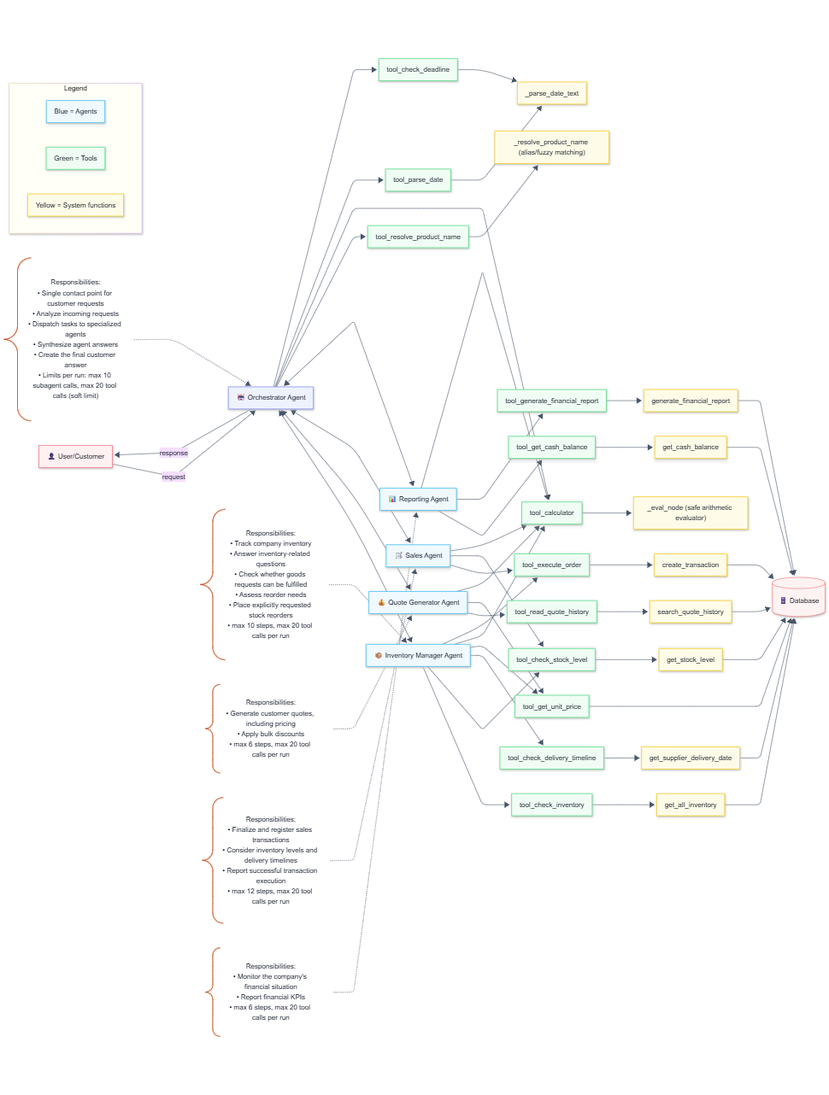
This is architecture_diagram.png from christoph1604/Udacity_Agentic_AI_4.0_Beavers_Choice_Paper_Company, a Mermaid export, as it was before one commit. Its source is kept beside it as docs/architecture_diagram.mmd. Source of this version:
```mermaid
---
config:
  layout: dagre
  theme: base
  themeVariables:
    background: "#ffffff"
    primaryTextColor: "#111827"
    lineColor: "#475569"
    textColor: "#111827"
---
flowchart LR
    User["👤 User/Customer"] -- request --> OrchestratorAgent["🤖 Orchestrator Agent"]
    OrchestratorAgent -- response --> User

    OrchestratorNotes["Responsibilities:<br>• Single contact point for customer requests<br>• Analyze incoming requests<br>• Dispatch tasks to specialized agents<br>• Synthesize agent answers<br>• Create the final customer answer<br>• Limits per run: max 10 subagent calls, max 20 tool calls (soft limit)"] -.-> OrchestratorAgent
    InventoryNotes["Responsibilities:<br>• Track company inventory<br>• Answer inventory-related questions<br>• Check whether goods requests can be fulfilled<br>• Assess reorder needs<br>• Place explicitly requested stock reorders<br>• max 10 steps, max 20 tool calls per run"] -.-> InventoryAgent["📦 Inventory Manager Agent"]
    QuoteNotes["Responsibilities:<br>• Generate customer quotes, including pricing<br>• Apply bulk discounts<br>• max 6 steps, max 20 tool calls per run"] -.-> QuoteAgent["💰 Quote Generator Agent"]
    SalesNotes["Responsibilities:<br>• Finalize and register sales transactions<br>• Consider inventory levels and delivery timelines<br>• Report successful transaction execution<br>• max 12 steps, max 20 tool calls per run"] -.-> SalesAgent["🛒 Sales Agent"]
    ReportingNotes@{ shape: comment, label: "Responsibilities:<br/>• Monitor the company's financial situation<br/>• Report financial KPIs<br/>• max 6 steps, max 20 tool calls per run" } -.-> ReportingAgent["📊 Reporting Agent"]

    OrchestratorAgent <--> InventoryAgent
    OrchestratorAgent <--> QuoteAgent
    OrchestratorAgent <--> SalesAgent
    OrchestratorAgent <--> ReportingAgent

    OrchestratorAgent --> ToolResolveProduct["tool_resolve_product_name"] & ToolCalculator["tool_calculator"] & ToolParseDate["tool_parse_date"] & ToolCheckDeadline["tool_check_deadline"]
    InventoryAgent --> ToolCheckInventory["tool_check_inventory"] & ToolCheckStockLevel["tool_check_stock_level"] & ToolCheckDeliveryTimeline["tool_check_delivery_timeline"] & ToolGetUnitPrice["tool_get_unit_price"] & ToolCalculator & ToolExecuteOrder["tool_execute_order"]
    QuoteAgent --> ToolReadQuoteHistory["tool_read_quote_history"] & ToolGetUnitPrice & ToolCalculator
    SalesAgent --> ToolExecuteOrder & ToolCheckStockLevel & ToolCalculator
    ReportingAgent --> ToolGetCashBalance["tool_get_cash_balance"] & ToolGenerateReport["tool_generate_financial_report"] & ToolCalculator

    ToolResolveProduct --> FuncResolveProductName["_resolve_product_name (alias/fuzzy matching)"]
    ToolCalculator --> FuncEval["_eval_node (safe arithmetic evaluator)"]
    ToolParseDate --> FuncParseDate["_parse_date_text"]
    ToolCheckDeadline --> FuncParseDate
    ToolGetUnitPrice --> Database
    ToolCheckInventory --> FuncGetAllInventory["get_all_inventory"]
    ToolCheckStockLevel --> FuncGetStockLevel["get_stock_level"]
    ToolCheckDeliveryTimeline --> FuncGetSupplierDeliveryDate["get_supplier_delivery_date"]
    ToolReadQuoteHistory --> FuncSearchQuoteHistory["search_quote_history"]
    ToolExecuteOrder --> FuncCreateTransaction["create_transaction"]
    ToolGetCashBalance --> FuncGetCashBalance["get_cash_balance"]
    ToolGenerateReport --> FuncGenerateFinancialReport["generate_financial_report"]

    FuncGetAllInventory --> Database[("🗄️ Database")]
    FuncGetStockLevel --> Database
    FuncSearchQuoteHistory --> Database
    FuncGetSupplierDeliveryDate --> Database
    FuncCreateTransaction --> Database
    FuncGetCashBalance --> Database
    FuncGenerateFinancialReport --> Database

    OrchestratorNotes@{ shape: comment }
    InventoryNotes@{ shape: comment }
    QuoteNotes@{ shape: comment }
    SalesNotes@{ shape: comment }

    subgraph Legend["Legend"]
        direction LR
        LegendAgent["Blue = Agents"]
        LegendTool["Green = Tools"]
        LegendFunction["Yellow = System functions"]
    end

    User:::userStyle
    OrchestratorAgent:::orchestratorStyle
    InventoryAgent:::agentStyle
    QuoteAgent:::agentStyle
    SalesAgent:::agentStyle
    ReportingAgent:::agentStyle
    OrchestratorNotes:::noteStyle
    InventoryNotes:::noteStyle
    QuoteNotes:::noteStyle
    SalesNotes:::noteStyle
    ReportingNotes:::noteStyle
    ToolResolveProduct:::toolStyle
    ToolCalculator:::toolStyle
    ToolParseDate:::toolStyle
    ToolCheckDeadline:::toolStyle
    ToolGetUnitPrice:::toolStyle
    ToolCheckInventory:::toolStyle
    ToolCheckStockLevel:::toolStyle
    ToolCheckDeliveryTimeline:::toolStyle
    ToolReadQuoteHistory:::toolStyle
    ToolExecuteOrder:::toolStyle
    ToolGetCashBalance:::toolStyle
    ToolGenerateReport:::toolStyle
    FuncResolveProductName:::funcStyle
    FuncEval:::funcStyle
    FuncParseDate:::funcStyle
    FuncGetAllInventory:::funcStyle
    FuncGetStockLevel:::funcStyle
    FuncGetSupplierDeliveryDate:::funcStyle
    FuncSearchQuoteHistory:::funcStyle
    FuncCreateTransaction:::funcStyle
    FuncGetCashBalance:::funcStyle
    FuncGenerateFinancialReport:::funcStyle
    Database:::dbStyle
    LegendAgent:::agentStyle
    LegendTool:::toolStyle
    LegendFunction:::funcStyle

    classDef userStyle stroke:#fb7185,fill:#fff1f2,color:#111827
    classDef orchestratorStyle stroke:#818cf8,fill:#eef2ff,color:#111827
    classDef agentStyle stroke:#38bdf8,fill:#f0f9ff,color:#111827
    classDef noteStyle stroke:#c2410c,fill:#fff7ed,color:#111827
    classDef toolStyle stroke:#4ade80,fill:#f0fdf4,color:#111827
    classDef funcStyle stroke:#facc15,fill:#fefce8,color:#111827
    classDef dbStyle stroke:#f87171,fill:#fef2f2,color:#111827
```
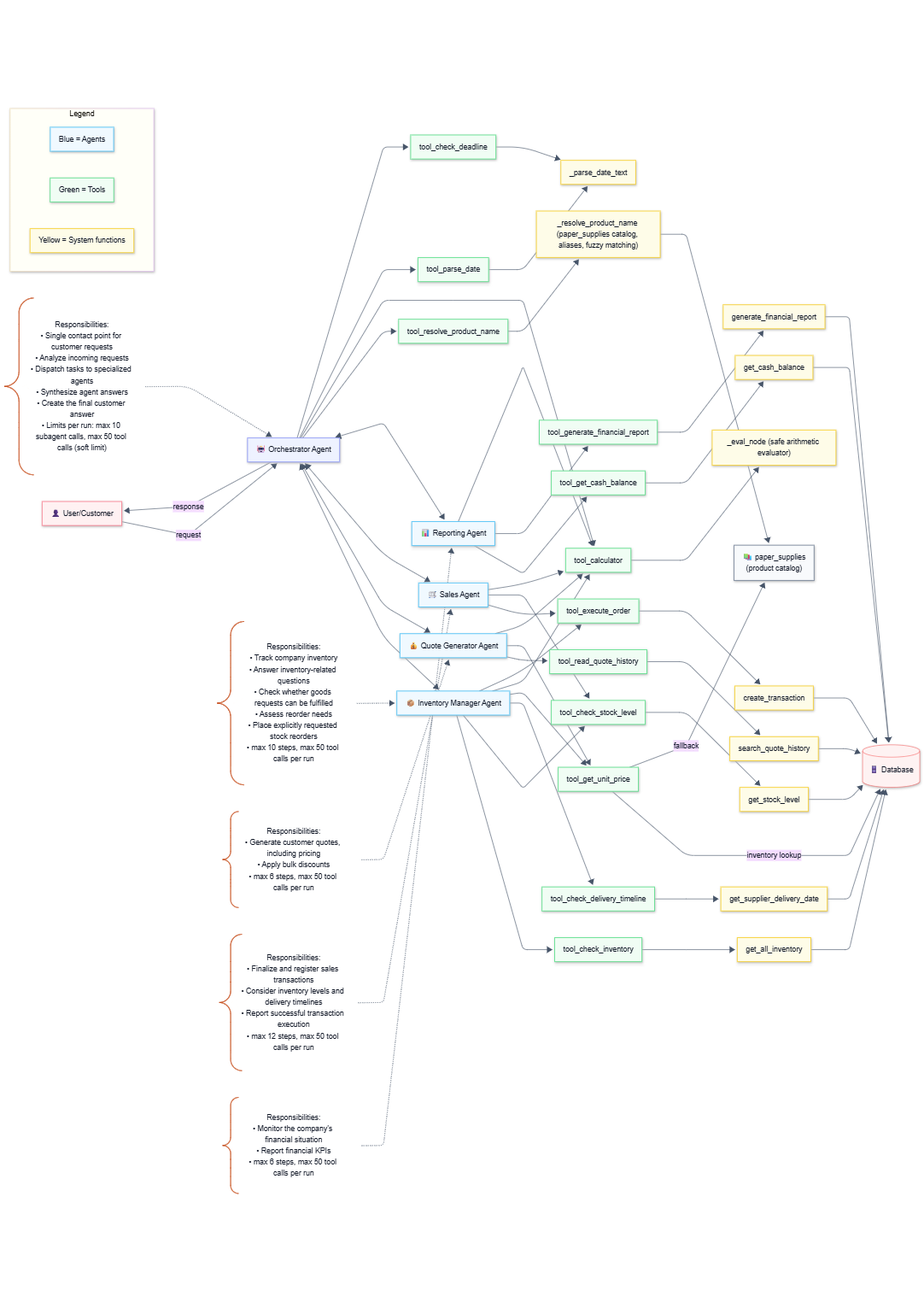
The same file after the commit.

Commit message:
Re-ran test set; updated mermaid diagram and reflection report.

Diff of the diagram source:
```diff
@@ -12,11 +12,11 @@
     User["👤 User/Customer"] -- request --> OrchestratorAgent["🤖 Orchestrator Agent"]
     OrchestratorAgent -- response --> User
 
-    OrchestratorNotes["Responsibilities:<br>• Single contact point for customer requests<br>• Analyze incoming requests<br>• Dispatch tasks to specialized agents<br>• Synthesize agent answers<br>• Create the final customer answer<br>• Limits per run: max 10 subagent calls, max 20 tool calls (soft limit)"] -.-> OrchestratorAgent
-    InventoryNotes["Responsibilities:<br>• Track company inventory<br>• Answer inventory-related questions<br>• Check whether goods requests can be fulfilled<br>• Assess reorder needs<br>• Place explicitly requested stock reorders<br>• max 10 steps, max 20 tool calls per run"] -.-> InventoryAgent["📦 Inventory Manager Agent"]
-    QuoteNotes["Responsibilities:<br>• Generate customer quotes, including pricing<br>• Apply bulk discounts<br>• max 6 steps, max 20 tool calls per run"] -.-> QuoteAgent["💰 Quote Generator Agent"]
-    SalesNotes["Responsibilities:<br>• Finalize and register sales transactions<br>• Consider inventory levels and delivery timelines<br>• Report successful transaction execution<br>• max 12 steps, max 20 tool calls per run"] -.-> SalesAgent["🛒 Sales Agent"]
-    ReportingNotes@{ shape: comment, label: "Responsibilities:<br/>• Monitor the company's financial situation<br/>• Report financial KPIs<br/>• max 6 steps, max 20 tool calls per run" } -.-> ReportingAgent["📊 Reporting Agent"]
+    OrchestratorNotes["Responsibilities:<br>• Single contact point for customer requests<br>• Analyze incoming requests<br>• Dispatch tasks to specialized agents<br>• Synthesize agent answers<br>• Create the final customer answer<br>• Limits per run: max 10 subagent calls, max 50 tool calls (soft limit)"] -.-> OrchestratorAgent
+    InventoryNotes["Responsibilities:<br>• Track company inventory<br>• Answer inventory-related questions<br>• Check whether goods requests can be fulfilled<br>• Assess reorder needs<br>• Place explicitly requested stock reorders<br>• max 10 steps, max 50 tool calls per run"] -.-> InventoryAgent["📦 Inventory Manager Agent"]
+    QuoteNotes["Responsibilities:<br>• Generate customer quotes, including pricing<br>• Apply bulk discounts<br>• max 6 steps, max 50 tool calls per run"] -.-> QuoteAgent["💰 Quote Generator Agent"]
+    SalesNotes["Responsibilities:<br>• Finalize and register sales transactions<br>• Consider inventory levels and delivery timelines<br>• Report successful transaction execution<br>• max 12 steps, max 50 tool calls per run"] -.-> SalesAgent["🛒 Sales Agent"]
+    ReportingNotes@{ shape: comment, label: "Responsibilities:<br/>• Monitor the company's financial situation<br/>• Report financial KPIs<br/>• max 6 steps, max 50 tool calls per run" } -.-> ReportingAgent["📊 Reporting Agent"]
 
     OrchestratorAgent <--> InventoryAgent
     OrchestratorAgent <--> QuoteAgent
@@ -29,11 +29,13 @@
     SalesAgent --> ToolExecuteOrder & ToolCheckStockLevel & ToolCalculator
     ReportingAgent --> ToolGetCashBalance["tool_get_cash_balance"] & ToolGenerateReport["tool_generate_financial_report"] & ToolCalculator
 
-    ToolResolveProduct --> FuncResolveProductName["_resolve_product_name (alias/fuzzy matching)"]
+    ToolResolveProduct --> FuncResolveProductName["_resolve_product_name (paper_supplies catalog, aliases, fuzzy matching)"]
     ToolCalculator --> FuncEval["_eval_node (safe arithmetic evaluator)"]
     ToolParseDate --> FuncParseDate["_parse_date_text"]
     ToolCheckDeadline --> FuncParseDate
-    ToolGetUnitPrice --> Database
+    ToolGetUnitPrice -->|"inventory lookup"| Database
+    ToolGetUnitPrice -->|"fallback"| ProductCatalog["📚 paper_supplies<br>(product catalog)"]
+    FuncResolveProductName --> ProductCatalog
     ToolCheckInventory --> FuncGetAllInventory["get_all_inventory"]
     ToolCheckStockLevel --> FuncGetStockLevel["get_stock_level"]
     ToolCheckDeliveryTimeline --> FuncGetSupplierDeliveryDate["get_supplier_delivery_date"]
@@ -96,6 +98,7 @@
     FuncGetCashBalance:::funcStyle
     FuncGenerateFinancialReport:::funcStyle
     Database:::dbStyle
+    ProductCatalog:::catalogStyle
     LegendAgent:::agentStyle
     LegendTool:::toolStyle
     LegendFunction:::funcStyle
@@ -107,3 +110,4 @@
     classDef toolStyle stroke:#4ade80,fill:#f0fdf4,color:#111827
     classDef funcStyle stroke:#facc15,fill:#fefce8,color:#111827
     classDef dbStyle stroke:#f87171,fill:#fef2f2,color:#111827
+    classDef catalogStyle stroke:#64748b,fill:#f8fafc,color:#111827
```
